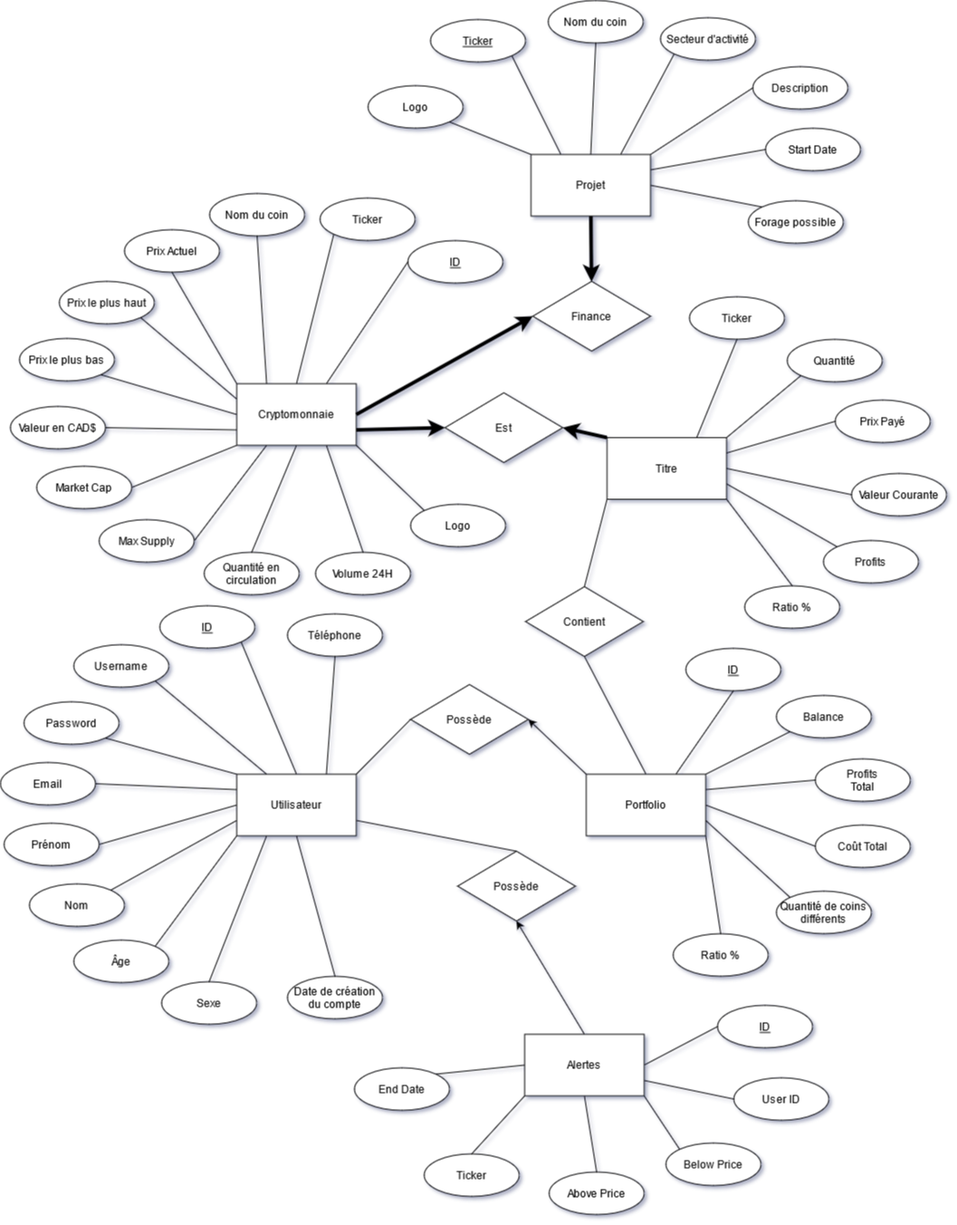
This is Rapport/Entite-Relation.png from matreurai/GLO-2005, a draw.io export, as it was before one commit. Source tidied: cells renumbered, new cells last; positions are measured from the earlier drawing's top-left corner, leaving out a move shared by most shapes.
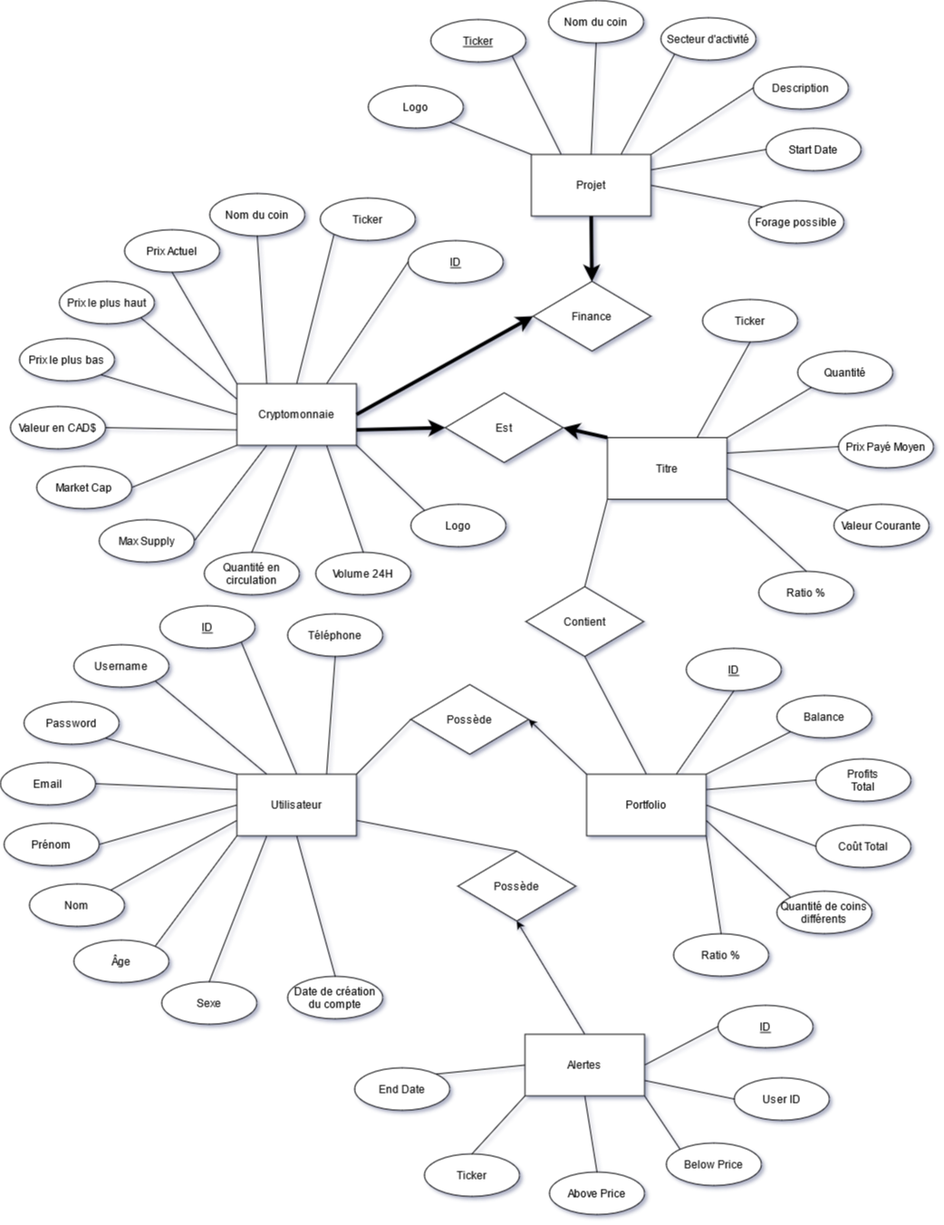
The same diagram one commit later.

Diff of the diagram source:
```diff
@@ -219,16 +219,13 @@
       <mxGeometry x="580" y="647" width="130" height="77" as="geometry" />
     </mxCell>
     <mxCell id="74" value="Ticker" style="ellipse;whiteSpace=wrap;html=1;fontStyle=0;" parent="1" vertex="1">
-      <mxGeometry x="761" y="327" width="105" height="47" as="geometry" />
+      <mxGeometry x="775" y="330" width="105" height="47" as="geometry" />
     </mxCell>
     <mxCell id="75" value="Quantité" style="ellipse;whiteSpace=wrap;html=1;fontStyle=0;" parent="1" vertex="1">
-      <mxGeometry x="869" y="374" width="105" height="47" as="geometry" />
+      <mxGeometry x="880" y="387" width="105" height="47" as="geometry" />
     </mxCell>
-    <mxCell id="76" value="Prix Payé" style="ellipse;whiteSpace=wrap;html=1;fontStyle=0;" parent="1" vertex="1">
-      <mxGeometry x="922" y="441" width="105" height="47" as="geometry" />
-    </mxCell>
     <mxCell id="77" value="Valeur Courante" style="ellipse;whiteSpace=wrap;html=1;fontStyle=0;" parent="1" vertex="1">
-      <mxGeometry x="940" y="522" width="105" height="47" as="geometry" />
+      <mxGeometry x="920" y="556" width="105" height="47" as="geometry" />
     </mxCell>
     <mxCell id="78" value="Profits&lt;br&gt;Total" style="ellipse;whiteSpace=wrap;html=1;fontStyle=0;" parent="1" vertex="1">
       <mxGeometry x="900" y="837" width="105" height="47" as="geometry" />
@@ -239,15 +236,12 @@
     <mxCell id="80" style="edgeStyle=none;rounded=0;jettySize=auto;html=1;exitX=1;exitY=0;exitDx=0;exitDy=0;entryX=0;entryY=1;entryDx=0;entryDy=0;endArrow=none;endFill=0;" parent="1" edge="1" source="85" target="75">
       <mxGeometry relative="1" as="geometry" />
     </mxCell>
-    <mxCell id="81" style="edgeStyle=none;rounded=0;jettySize=auto;html=1;exitX=1;exitY=0.25;exitDx=0;exitDy=0;entryX=0;entryY=0.5;entryDx=0;entryDy=0;endArrow=none;endFill=0;" parent="1" edge="1" source="85" target="76">
+    <mxCell id="81" style="edgeStyle=none;rounded=0;jettySize=auto;html=1;exitX=1;exitY=0.25;exitDx=0;exitDy=0;entryX=0;entryY=0.5;entryDx=0;entryDy=0;endArrow=none;endFill=0;" parent="1" edge="1" source="85" target="118">
       <mxGeometry relative="1" as="geometry" />
     </mxCell>
-    <mxCell id="82" style="edgeStyle=none;rounded=0;jettySize=auto;html=1;exitX=1;exitY=0.5;exitDx=0;exitDy=0;entryX=0;entryY=0.5;entryDx=0;entryDy=0;endArrow=none;endFill=0;" parent="1" edge="1" source="85" target="77">
+    <mxCell id="82" style="edgeStyle=none;rounded=0;jettySize=auto;html=1;exitX=1;exitY=0.5;exitDx=0;exitDy=0;entryX=0;entryY=0;entryDx=0;entryDy=0;endArrow=none;endFill=0;" parent="1" edge="1" source="85" target="77">
       <mxGeometry relative="1" as="geometry" />
     </mxCell>
-    <mxCell id="83" style="edgeStyle=none;rounded=0;jettySize=auto;html=1;exitX=1;exitY=0.75;exitDx=0;exitDy=0;entryX=0;entryY=0;entryDx=0;entryDy=0;endArrow=none;endFill=0;" parent="1" edge="1" source="85" target="91">
-      <mxGeometry relative="1" as="geometry" />
-    </mxCell>
     <mxCell id="84" style="edgeStyle=none;rounded=0;jettySize=auto;html=1;exitX=1;exitY=1;exitDx=0;exitDy=0;entryX=0.5;entryY=0;entryDx=0;entryDy=0;endArrow=none;endFill=0;" parent="1" edge="1" source="85" target="92">
       <mxGeometry relative="1" as="geometry" />
     </mxCell>
@@ -269,11 +263,8 @@
     <mxCell id="90" value="Ratio %" style="ellipse;whiteSpace=wrap;html=1;fontStyle=0;" parent="1" vertex="1">
       <mxGeometry x="743" y="1030" width="105" height="47" as="geometry" />
     </mxCell>
-    <mxCell id="91" value="Profits" style="ellipse;whiteSpace=wrap;html=1;fontStyle=0;" parent="1" vertex="1">
-      <mxGeometry x="909" y="596" width="105" height="47" as="geometry" />
-    </mxCell>
     <mxCell id="92" value="Ratio %" style="ellipse;whiteSpace=wrap;html=1;fontStyle=0;" parent="1" vertex="1">
-      <mxGeometry x="822" y="646" width="105" height="47" as="geometry" />
+      <mxGeometry x="837" y="630" width="105" height="47" as="geometry" />
     </mxCell>
     <mxCell id="93" value="Ticker" style="ellipse;whiteSpace=wrap;html=1;fontStyle=4;" parent="1" vertex="1">
       <mxGeometry x="475" y="21" width="105" height="47" as="geometry" />
@@ -350,5 +341,8 @@
     <mxCell id="117" value="&lt;span&gt;User ID&lt;/span&gt;" style="ellipse;whiteSpace=wrap;html=1;fontStyle=0;" parent="1" vertex="1">
       <mxGeometry x="810" y="1189" width="105" height="47" as="geometry" />
     </mxCell>
+    <mxCell id="118" value="Prix Payé Moyen" style="ellipse;whiteSpace=wrap;html=1;fontStyle=0;" parent="1" vertex="1">
+      <mxGeometry x="925" y="469" width="105" height="47" as="geometry" />
+    </mxCell>
   </root>
 </mxGraphModel>
```
